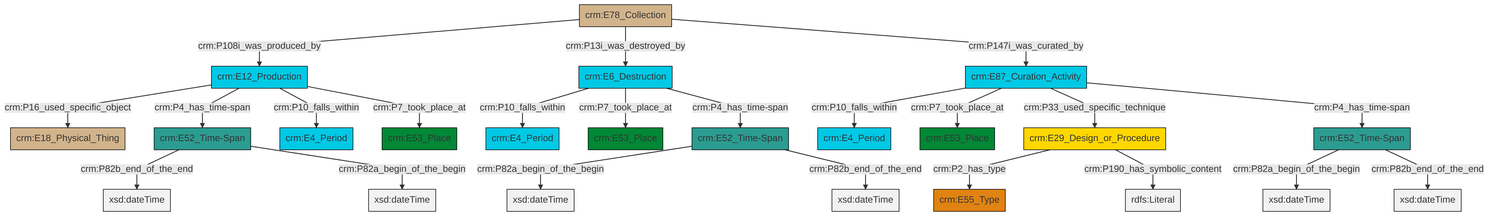
swiss-art-research-net/docs.swissartresearch keeps this Mermaid diagram as et/archivalCSV/ttl/mmd/png/archival_existence.png. Above is the earlier version. Its source is kept beside it as et/archivalCSV/ttl/mmd/archival_existence.ttl.mmd.
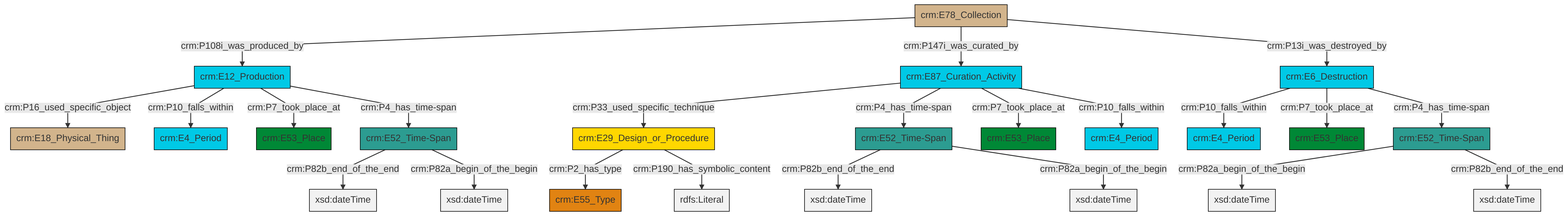
The same file after the commit.

Change to the diagram source:
```diff
@@ -13,25 +13,25 @@
 classDef PC_Classes fill:#4ce600, stroke:#000000;
 classDef Multi fill:#cccccc,stroke:#000000;
 
-4["crm:E87_Curation_Activity"]:::Temporal_Entity -->|crm:P10_falls_within| 0["crm:E4_Period"]:::Temporal_Entity
-5["crm:E29_Design_or_Procedure"]:::Conceptual_Object -->|crm:P2_has_type| 6["crm:E55_Type"]:::Type
-2["crm:E6_Destruction"]:::Temporal_Entity -->|crm:P10_falls_within| 7["crm:E4_Period"]:::Temporal_Entity
-10["crm:E78_Collection"]:::Physical_Thing -->|crm:P108i_was_produced_by| 11["crm:E12_Production"]:::Temporal_Entity
-11["crm:E12_Production"]:::Temporal_Entity -->|crm:P16_used_specific_object| 15["crm:E18_Physical_Thing"]:::Physical_Thing
-16["crm:E52_Time-Span"]:::Time-Span -->|crm:P82a_begin_of_the_begin| 17[xsd:dateTime]:::Literal
-13["crm:E52_Time-Span"]:::Time-Span -->|crm:P82b_end_of_the_end| 18[xsd:dateTime]:::Literal
+0["crm:E6_Destruction"]:::Temporal_Entity -->|crm:P10_falls_within| 1["crm:E4_Period"]:::Temporal_Entity
+2["crm:E29_Design_or_Procedure"]:::Conceptual_Object -->|crm:P2_has_type| 3["crm:E55_Type"]:::Type
+4["crm:E87_Curation_Activity"]:::Temporal_Entity -->|crm:P33_used_specific_technique| 2["crm:E29_Design_or_Procedure"]:::Conceptual_Object
+7["crm:E12_Production"]:::Temporal_Entity -->|crm:P16_used_specific_object| 8["crm:E18_Physical_Thing"]:::Physical_Thing
+7["crm:E12_Production"]:::Temporal_Entity -->|crm:P10_falls_within| 9["crm:E4_Period"]:::Temporal_Entity
+2["crm:E29_Design_or_Procedure"]:::Conceptual_Object -->|crm:P190_has_symbolic_content| 10[rdfs:Literal]:::Literal
+12["crm:E52_Time-Span"]:::Time-Span -->|crm:P82b_end_of_the_end| 13[xsd:dateTime]:::Literal
+0["crm:E6_Destruction"]:::Temporal_Entity -->|crm:P7_took_place_at| 5["crm:E53_Place"]:::Place
+4["crm:E87_Curation_Activity"]:::Temporal_Entity -->|crm:P4_has_time-span| 15["crm:E52_Time-Span"]:::Time-Span
+18["crm:E78_Collection"]:::Physical_Thing -->|crm:P108i_was_produced_by| 7["crm:E12_Production"]:::Temporal_Entity
+18["crm:E78_Collection"]:::Physical_Thing -->|crm:P147i_was_curated_by| 4["crm:E87_Curation_Activity"]:::Temporal_Entity
 4["crm:E87_Curation_Activity"]:::Temporal_Entity -->|crm:P7_took_place_at| 19["crm:E53_Place"]:::Place
-11["crm:E12_Production"]:::Temporal_Entity -->|crm:P4_has_time-span| 13["crm:E52_Time-Span"]:::Time-Span
-13["crm:E52_Time-Span"]:::Time-Span -->|crm:P82a_begin_of_the_begin| 22[xsd:dateTime]:::Literal
-5["crm:E29_Design_or_Procedure"]:::Conceptual_Object -->|crm:P190_has_symbolic_content| 23[rdfs:Literal]:::Literal
-10["crm:E78_Collection"]:::Physical_Thing -->|crm:P13i_was_destroyed_by| 2["crm:E6_Destruction"]:::Temporal_Entity
-11["crm:E12_Production"]:::Temporal_Entity -->|crm:P10_falls_within| 26["crm:E4_Period"]:::Temporal_Entity
-11["crm:E12_Production"]:::Temporal_Entity -->|crm:P7_took_place_at| 30["crm:E53_Place"]:::Place
-2["crm:E6_Destruction"]:::Temporal_Entity -->|crm:P7_took_place_at| 20["crm:E53_Place"]:::Place
-4["crm:E87_Curation_Activity"]:::Temporal_Entity -->|crm:P33_used_specific_technique| 5["crm:E29_Design_or_Procedure"]:::Conceptual_Object
-10["crm:E78_Collection"]:::Physical_Thing -->|crm:P147i_was_curated_by| 4["crm:E87_Curation_Activity"]:::Temporal_Entity
-4["crm:E87_Curation_Activity"]:::Temporal_Entity -->|crm:P4_has_time-span| 8["crm:E52_Time-Span"]:::Time-Span
-8["crm:E52_Time-Span"]:::Time-Span -->|crm:P82a_begin_of_the_begin| 36[xsd:dateTime]:::Literal
-8["crm:E52_Time-Span"]:::Time-Span -->|crm:P82b_end_of_the_end| 37[xsd:dateTime]:::Literal
-16["crm:E52_Time-Span"]:::Time-Span -->|crm:P82b_end_of_the_end| 38[xsd:dateTime]:::Literal
-2["crm:E6_Destruction"]:::Temporal_Entity -->|crm:P4_has_time-span| 16["crm:E52_Time-Span"]:::Time-Span
+12["crm:E52_Time-Span"]:::Time-Span -->|crm:P82a_begin_of_the_begin| 22[xsd:dateTime]:::Literal
+23["crm:E52_Time-Span"]:::Time-Span -->|crm:P82a_begin_of_the_begin| 24[xsd:dateTime]:::Literal
+7["crm:E12_Production"]:::Temporal_Entity -->|crm:P7_took_place_at| 27["crm:E53_Place"]:::Place
+4["crm:E87_Curation_Activity"]:::Temporal_Entity -->|crm:P10_falls_within| 16["crm:E4_Period"]:::Temporal_Entity
+7["crm:E12_Production"]:::Temporal_Entity -->|crm:P4_has_time-span| 12["crm:E52_Time-Span"]:::Time-Span
+15["crm:E52_Time-Span"]:::Time-Span -->|crm:P82b_end_of_the_end| 29[xsd:dateTime]:::Literal
+23["crm:E52_Time-Span"]:::Time-Span -->|crm:P82b_end_of_the_end| 33[xsd:dateTime]:::Literal
+18["crm:E78_Collection"]:::Physical_Thing -->|crm:P13i_was_destroyed_by| 0["crm:E6_Destruction"]:::Temporal_Entity
+0["crm:E6_Destruction"]:::Temporal_Entity -->|crm:P4_has_time-span| 23["crm:E52_Time-Span"]:::Time-Span
+15["crm:E52_Time-Span"]:::Time-Span -->|crm:P82a_begin_of_the_begin| 37[xsd:dateTime]:::Literal
```
